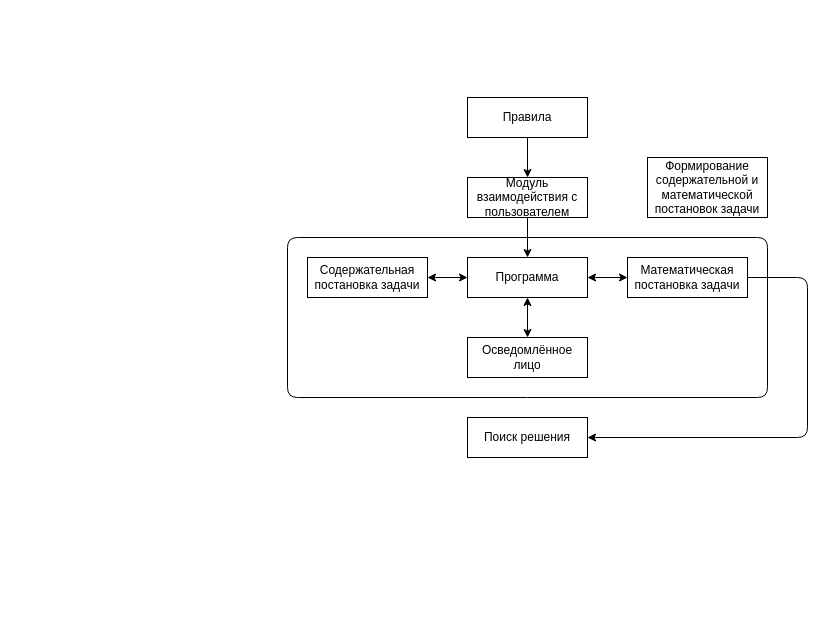
xex238/Diploma_2022 keeps this draw.io diagram as page "Общая блок-схема" (14 of 17) of docs/Черновик.drawio. Above is the earlier version. Source tidied: cells renumbered, new cells numbered last; positions are measured from the earlier drawing's top-left corner, leaving out a move shared by most shapes. Both pictures are drawn from the tidied source at 100%, with x=0, y=0 at pixel (287, 97).
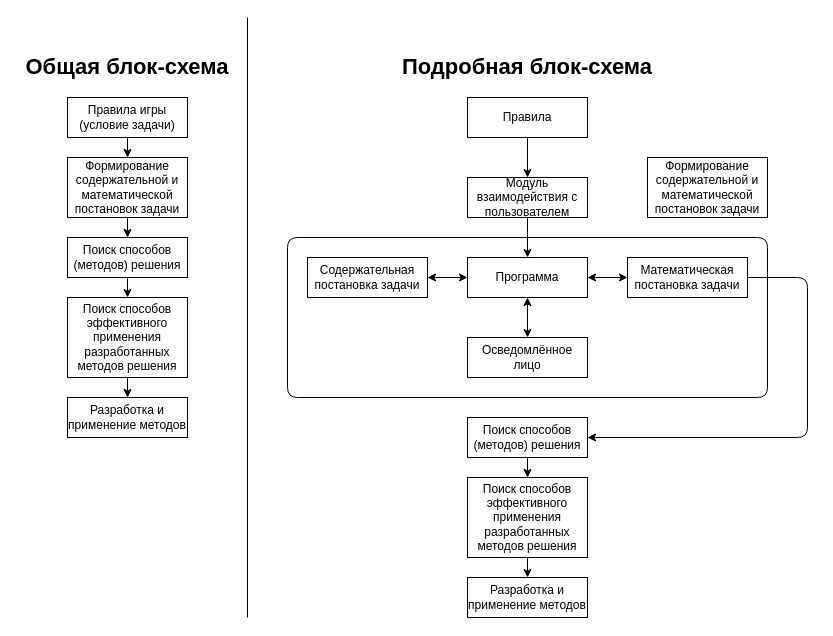
The same diagram, later.

What changed in the source:
```diff
@@
+    <mxCell id="17" style="edgeStyle=orthogonalEdgeStyle;rounded=0;jettySize=auto;html=1;exitX=0.5;exitY=1;exitDx=0;exitDy=0;entryX=0.5;entryY=0;entryDx=0;entryDy=0;" parent="1" edge="1" source="15" target="27">
+      <mxGeometry relative="1" as="geometry" />
+    </mxCell>
-    <mxCell id="15" value="Поиск решения" style="rounded=0;whiteSpace=wrap;html=1;" parent="1" vertex="1">
+    <mxCell id="15" value="Поиск способов (методов) решения" style="rounded=0;whiteSpace=wrap;html=1;" parent="1" vertex="1">
       <mxGeometry x="180" y="320" width="120" height="40" as="geometry" />
     </mxCell>
@@
+    <mxCell id="18" value="Правила игры (условие задачи)" style="rounded=0;whiteSpace=wrap;html=1;" parent="1" vertex="1">
+      <mxGeometry x="-220" width="120" height="40" as="geometry" />
+    </mxCell>
+    <mxCell id="19" value="Формирование содержательной и математической постановок задачи" style="rounded=0;whiteSpace=wrap;html=1;" parent="1" vertex="1">
+      <mxGeometry x="-220" y="60" width="120" height="60" as="geometry" />
+    </mxCell>
+    <mxCell id="20" value="Поиск способов (методов) решения" style="rounded=0;whiteSpace=wrap;html=1;" parent="1" vertex="1">
+      <mxGeometry x="-220" y="140" width="120" height="40" as="geometry" />
+    </mxCell>
+    <mxCell id="21" value="Поиск способов эффективного применения разработанных методов решения" style="rounded=0;whiteSpace=wrap;html=1;" parent="1" vertex="1">
+      <mxGeometry x="-220" y="200" width="120" height="80" as="geometry" />
+    </mxCell>
+    <mxCell id="22" value="Разработка и применение методов" style="rounded=0;whiteSpace=wrap;html=1;" parent="1" vertex="1">
+      <mxGeometry x="-220" y="300" width="120" height="40" as="geometry" />
+    </mxCell>
+    <mxCell id="23" style="endArrow=classic;html=1;entryX=0.5;entryY=0;entryDx=0;entryDy=0;exitX=0.5;exitY=1;exitDx=0;exitDy=0;" parent="1" edge="1" source="18" target="19">
+      <mxGeometry relative="1" as="geometry" />
+    </mxCell>
+    <mxCell id="24" style="endArrow=classic;html=1;entryX=0.5;entryY=0;entryDx=0;entryDy=0;exitX=0.5;exitY=1;exitDx=0;exitDy=0;" parent="1" edge="1" source="19" target="20">
+      <mxGeometry relative="1" as="geometry" />
+    </mxCell>
+    <mxCell id="25" style="endArrow=classic;html=1;entryX=0.5;entryY=0;entryDx=0;entryDy=0;exitX=0.5;exitY=1;exitDx=0;exitDy=0;" parent="1" edge="1" source="20" target="21">
+      <mxGeometry relative="1" as="geometry" />
+    </mxCell>
+    <mxCell id="26" style="endArrow=classic;html=1;entryX=0.5;entryY=0;entryDx=0;entryDy=0;exitX=0.5;exitY=1;exitDx=0;exitDy=0;" parent="1" edge="1" source="21" target="22">
+      <mxGeometry relative="1" as="geometry" />
+    </mxCell>
+    <mxCell id="27" value="Поиск способов эффективного применения разработанных методов решения" style="rounded=0;whiteSpace=wrap;html=1;" parent="1" vertex="1">
+      <mxGeometry x="180" y="380" width="120" height="80" as="geometry" />
+    </mxCell>
+    <mxCell id="28" value="Разработка и применение методов" style="rounded=0;whiteSpace=wrap;html=1;" parent="1" vertex="1">
+      <mxGeometry x="180" y="480" width="120" height="40" as="geometry" />
+    </mxCell>
+    <mxCell id="29" style="endArrow=classic;html=1;entryX=0.5;entryY=0;entryDx=0;entryDy=0;exitX=0.5;exitY=1;exitDx=0;exitDy=0;" parent="1" edge="1" source="27" target="28">
+      <mxGeometry relative="1" as="geometry" />
+    </mxCell>
+    <mxCell id="30" style="endArrow=none;html=1;" parent="1" edge="1">
+      <mxGeometry relative="1" as="geometry">
+        <mxPoint x="-40" y="520" as="sourcePoint" />
+        <mxPoint x="-40" y="-80" as="targetPoint" />
+      </mxGeometry>
+    </mxCell>
+    <mxCell id="31" value="&lt;font style=&quot;font-size: 22px&quot;&gt;&lt;b&gt;Общая блок-схема&lt;/b&gt;&lt;/font&gt;" style="text;html=1;strokeColor=none;fillColor=none;align=center;verticalAlign=middle;whiteSpace=wrap;rounded=0;" parent="1" vertex="1">
+      <mxGeometry x="-270" y="-40" width="220" height="20" as="geometry" />
+    </mxCell>
+    <mxCell id="32" value="&lt;font style=&quot;font-size: 22px&quot;&gt;&lt;b&gt;Подробная блок-схема&lt;/b&gt;&lt;/font&gt;" style="text;html=1;strokeColor=none;fillColor=none;align=center;verticalAlign=middle;whiteSpace=wrap;rounded=0;" parent="1" vertex="1">
+      <mxGeometry x="100" y="-40" width="280" height="20" as="geometry" />
+    </mxCell>
```
